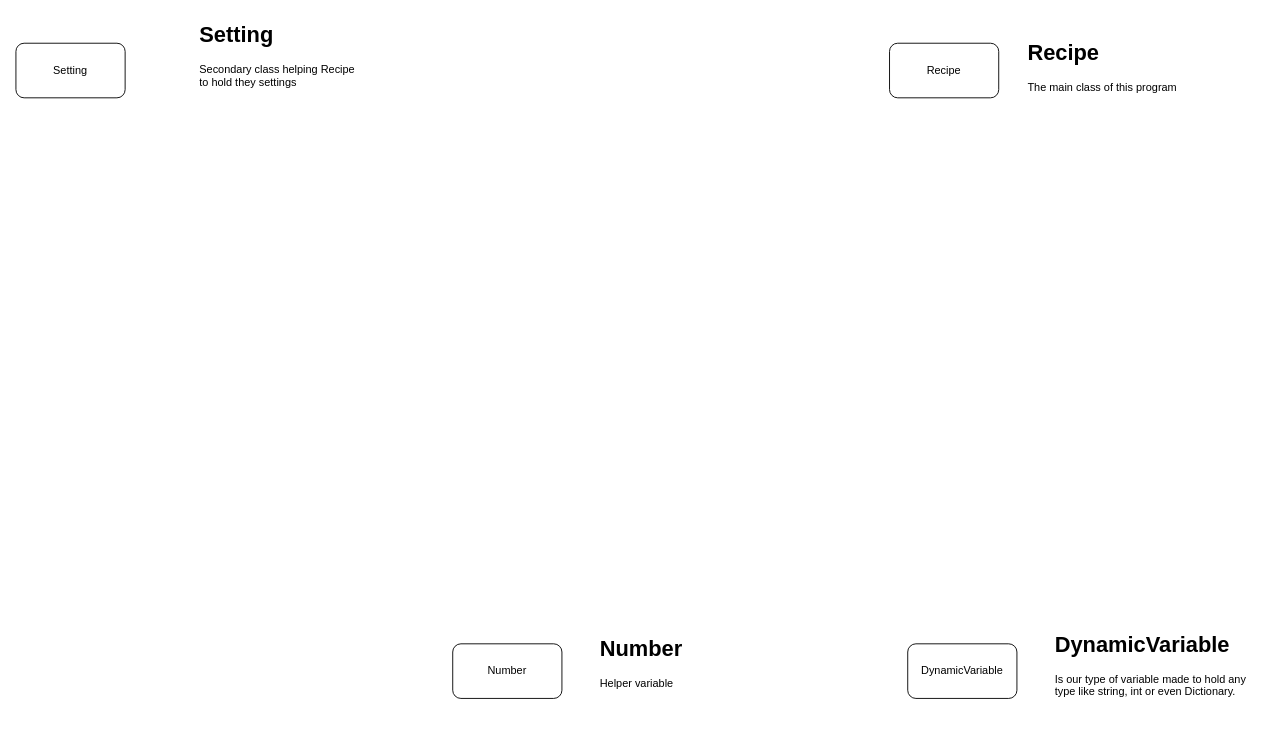
Earlier version of the draw.io diagram page "Main" (1 of 7) of Diagrams/Core.drawio (WeeeBuch/KubeCrafter). Source tidied: cells renumbered, new cells numbered last; positions are measured from the earlier drawing's top-left corner, leaving out a move shared by most shapes. Both pictures are drawn from the tidied source at 91%, with x=0, y=0 at pixel (15, 15).
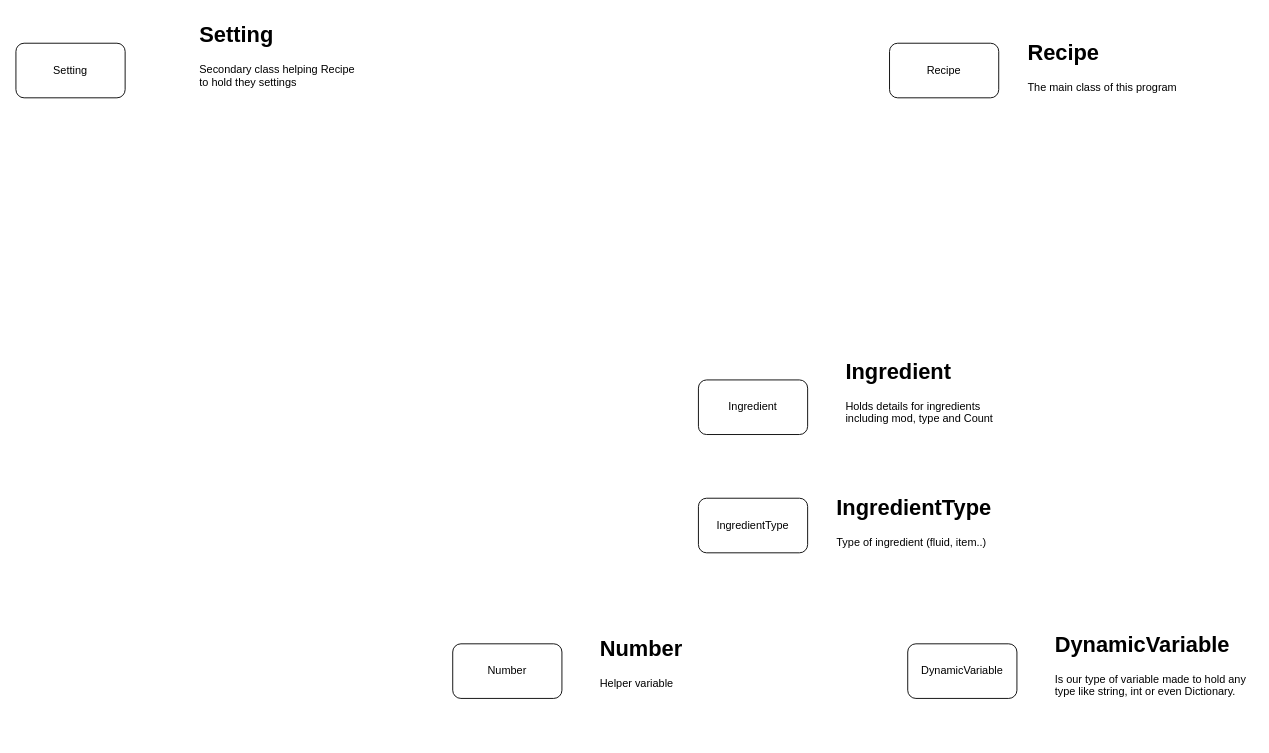
Above is the later version.

Commit message (it also covers changes not shown here):
Add Ingredient and IngredientType classes

Introduces the Ingredient class and IngredientType enum to represent recipe ingredients and their types. Updates the Core.drawio diagram to include these new entities and their documentation.

What changed in the source:
```diff
@@
 <mxGraphModel>
   <root>
     <mxCell id="0" />
     <mxCell id="1" parent="0" />
     <mxCell id="2" value="DynamicVariable" style="rounded=1;whiteSpace=wrap;html=1;" parent="1" vertex="1">
       <mxGeometry x="980" y="690" width="120" height="60" as="geometry" />
     </mxCell>
     <mxCell id="3" value="&lt;h1 style=&quot;margin-top: 0px;&quot;&gt;DynamicVariable&lt;/h1&gt;&lt;div&gt;Is our type of variable made to hold any type like string, int or even Dictionary.&lt;/div&gt;" style="text;html=1;whiteSpace=wrap;overflow=hidden;rounded=0;" parent="1" vertex="1">
       <mxGeometry x="1140" y="670" width="220" height="120" as="geometry" />
     </mxCell>
     <mxCell id="4" value="Recipe" style="rounded=1;whiteSpace=wrap;html=1;" parent="1" vertex="1">
       <mxGeometry x="960" y="30" width="120" height="60" as="geometry" />
     </mxCell>
     <mxCell id="5" value="&lt;h1 style=&quot;margin-top: 0px;&quot;&gt;Recipe&lt;/h1&gt;&lt;div&gt;The main class of this program&lt;/div&gt;" style="text;html=1;whiteSpace=wrap;overflow=hidden;rounded=0;" parent="1" vertex="1">
       <mxGeometry x="1110" y="20" width="180" height="80" as="geometry" />
     </mxCell>
     <mxCell id="6" value="Number" style="rounded=1;whiteSpace=wrap;html=1;" parent="1" vertex="1">
       <mxGeometry x="480" y="690" width="120" height="60" as="geometry" />
     </mxCell>
     <mxCell id="7" value="&lt;h1 style=&quot;margin-top: 0px;&quot;&gt;Number&lt;/h1&gt;&lt;div&gt;Helper variable&lt;/div&gt;" style="text;html=1;whiteSpace=wrap;overflow=hidden;rounded=0;" parent="1" vertex="1">
       <mxGeometry x="640" y="675" width="320" height="90" as="geometry" />
     </mxCell>
     <mxCell id="8" value="Setting" style="rounded=1;whiteSpace=wrap;html=1;" parent="1" vertex="1">
       <mxGeometry y="30" width="120" height="60" as="geometry" />
     </mxCell>
     <mxCell id="9" value="&lt;h1 style=&quot;margin-top: 0px;&quot;&gt;Setting&lt;/h1&gt;&lt;div&gt;Secondary class helping Recipe to hold they settings&lt;/div&gt;" style="text;html=1;whiteSpace=wrap;overflow=hidden;rounded=0;" parent="1" vertex="1">
       <mxGeometry x="200" width="180" height="120" as="geometry" />
     </mxCell>
+    <mxCell id="10" value="Ingredient" style="rounded=1;whiteSpace=wrap;html=1;" parent="1" vertex="1">
+      <mxGeometry x="750" y="400" width="120" height="60" as="geometry" />
+    </mxCell>
+    <mxCell id="11" value="&lt;h1 style=&quot;margin-top: 0px;&quot;&gt;Ingredient&lt;/h1&gt;&lt;p&gt;Holds details for ingredients including mod, type and Count&lt;/p&gt;" style="text;html=1;whiteSpace=wrap;overflow=hidden;rounded=0;" parent="1" vertex="1">
+      <mxGeometry x="910" y="370" width="180" height="120" as="geometry" />
+    </mxCell>
+    <mxCell id="12" value="IngredientType" style="rounded=1;whiteSpace=wrap;html=1;" parent="1" vertex="1">
+      <mxGeometry x="750" y="530" width="120" height="60" as="geometry" />
+    </mxCell>
+    <mxCell id="13" value="&lt;h1 style=&quot;margin-top: 0px;&quot;&gt;IngredientType&lt;/h1&gt;&lt;p&gt;Type of ingredient (fluid, item..)&lt;/p&gt;" style="text;html=1;whiteSpace=wrap;overflow=hidden;rounded=0;" parent="1" vertex="1">
+      <mxGeometry x="900" y="520" width="180" height="120" as="geometry" />
+    </mxCell>
   </root>
 </mxGraphModel>
```
